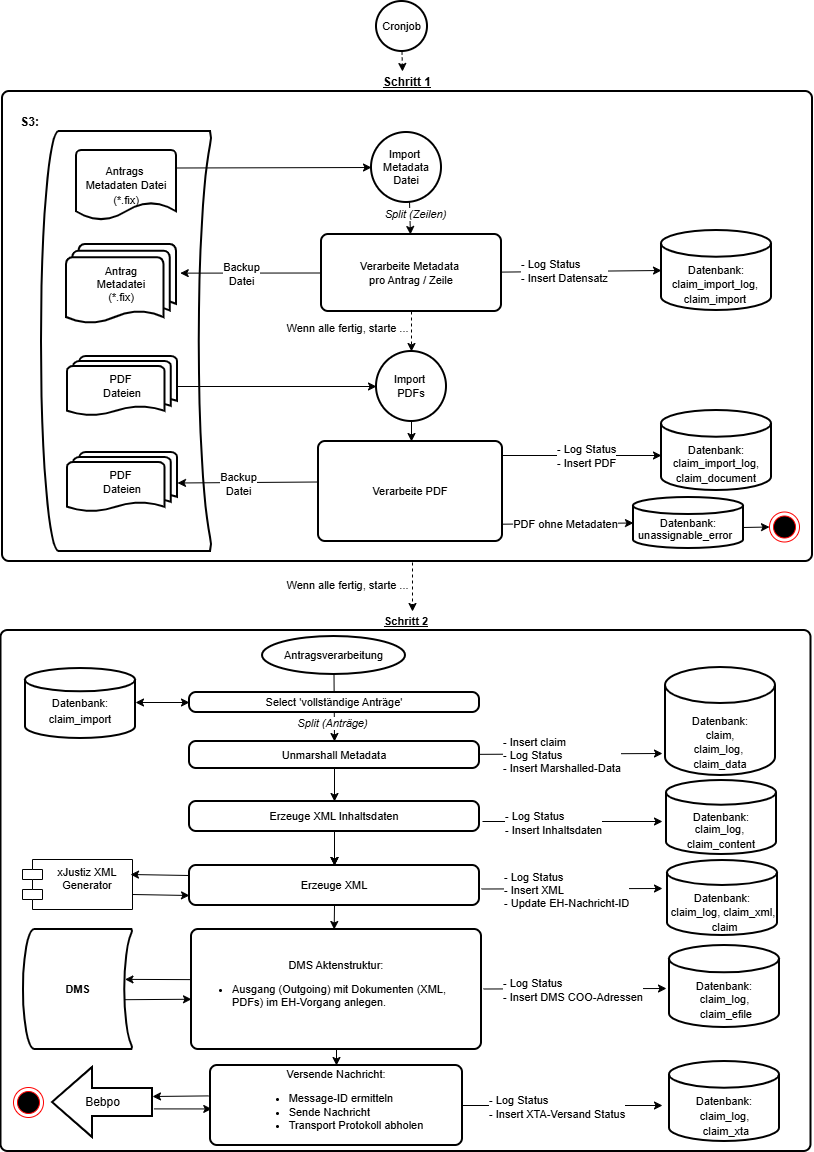
Before: docs/EAI_ABLAUF.drawio.png, a diagram exported from draw.io (it-at-m/Erzwingungshaft). Source tidied: cells renumbered, new cells last; positions are measured from the earlier drawing's top-left corner, leaving out a move shared by most shapes.
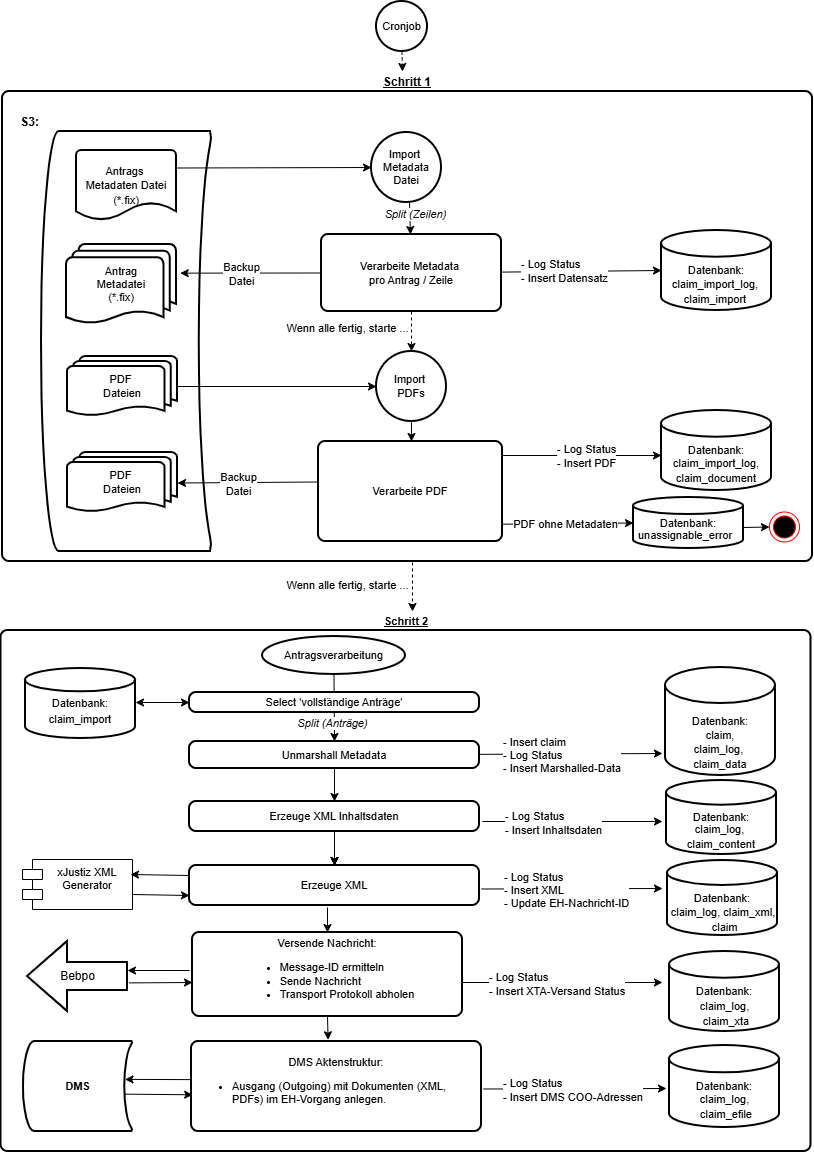
Later version of the same file.

Change to the diagram source:
```diff
@@ -108,7 +108,7 @@
       <mxGeometry x="262" y="635" width="143" height="38" as="geometry" />
     </mxCell>
     <mxCell id="30" value="&lt;b&gt;DMS&lt;/b&gt;" style="strokeWidth=2;html=1;shape=mxgraph.flowchart.stored_data;whiteSpace=wrap;labelPosition=center;verticalLabelPosition=middle;align=center;verticalAlign=middle;fontSize=11;" parent="1" vertex="1">
-      <mxGeometry x="23" y="928" width="109" height="120" as="geometry" />
+      <mxGeometry x="23" y="1040" width="109" height="90" as="geometry" />
     </mxCell>
     <mxCell id="31" value="Datenbank:" style="strokeWidth=2;html=1;shape=mxgraph.flowchart.database;whiteSpace=wrap;fontSize=11;" parent="1" vertex="1">
       <mxGeometry x="665" y="666" width="110" height="108" as="geometry" />
@@ -207,24 +207,21 @@
       </mxGeometry>
     </mxCell>
     <mxCell id="54" value="&lt;div&gt;&lt;span style=&quot;background-color: transparent; color: light-dark(rgb(0, 0, 0), rgb(255, 255, 255));&quot;&gt;DMS Aktenstruktur:&lt;/span&gt;&lt;/div&gt;&lt;ul&gt;&lt;li style=&quot;text-align: left;&quot;&gt;&lt;span style=&quot;background-color: transparent; color: light-dark(rgb(0, 0, 0), rgb(255, 255, 255));&quot;&gt;Ausgang (Outgoing) mit Dokumenten (XML, PDFs) im EH-Vorgang anlege&lt;/span&gt;n.&lt;/li&gt;&lt;/ul&gt;" style="rounded=1;whiteSpace=wrap;html=1;absoluteArcSize=1;arcSize=14;strokeWidth=2;align=center;fontSize=11;" parent="1" vertex="1">
-      <mxGeometry x="191" y="928" width="290" height="120" as="geometry" />
+      <mxGeometry x="191" y="1040" width="290" height="90" as="geometry" />
     </mxCell>
-    <mxCell id="55" style="endArrow=classic;html=1;rounded=0;exitX=0.5;exitY=1;exitDx=0;exitDy=0;entryX=0.492;entryY=0;entryDx=0;entryDy=0;entryPerimeter=0;" parent="1" edge="1" source="45" target="54">
-      <mxGeometry relative="1" as="geometry" />
-    </mxCell>
     <mxCell id="56" style="edgeStyle=orthogonalEdgeStyle;rounded=0;orthogonalLoop=1;jettySize=auto;html=1;exitX=0.5;exitY=1;exitDx=0;exitDy=0;exitPerimeter=0;" parent="1" edge="1">
       <mxGeometry relative="1" as="geometry">
-        <mxPoint x="101" y="1051" as="sourcePoint" />
-        <mxPoint x="101" y="1051" as="targetPoint" />
+        <mxPoint x="101" y="1050" as="sourcePoint" />
+        <mxPoint x="101" y="1050" as="targetPoint" />
       </mxGeometry>
     </mxCell>
     <mxCell id="57" value="Datenbank:" style="strokeWidth=2;html=1;shape=mxgraph.flowchart.database;whiteSpace=wrap;fontSize=11;" parent="1" vertex="1">
-      <mxGeometry x="669" y="944" width="110" height="82" as="geometry" />
+      <mxGeometry x="669" y="1044" width="110" height="82" as="geometry" />
     </mxCell>
     <mxCell id="58" style="endArrow=classic;html=1;rounded=0;entryX=0;entryY=0.5;entryDx=0;entryDy=0;entryPerimeter=0;" parent="1" edge="1">
       <mxGeometry relative="1" as="geometry">
-        <mxPoint x="483" y="987.5" as="sourcePoint" />
-        <mxPoint x="666" y="987" as="targetPoint" />
+        <mxPoint x="483" y="1087.5" as="sourcePoint" />
+        <mxPoint x="666" y="1087" as="targetPoint" />
       </mxGeometry>
     </mxCell>
     <mxCell id="59" value="- Log Status&lt;div&gt;- Insert DMS COO-Adressen&lt;/div&gt;" style="edgeLabel;html=1;align=left;verticalAlign=middle;" parent="58" vertex="1">
@@ -233,14 +230,15 @@
       </mxGeometry>
     </mxCell>
     <mxCell id="60" value="Datenbank:" style="strokeWidth=2;html=1;shape=mxgraph.flowchart.database;whiteSpace=wrap;fontSize=11;" parent="1" vertex="1">
-      <mxGeometry x="669" y="1060" width="110" height="80" as="geometry" />
+      <mxGeometry x="669" y="950" width="110" height="80" as="geometry" />
     </mxCell>
     <mxCell id="61" value="&lt;span style=&quot;background-color: transparent; color: light-dark(rgb(0, 0, 0), rgb(255, 255, 255));&quot;&gt;Versende Nachricht:&lt;/span&gt;&lt;br&gt;&lt;ul&gt;&lt;li style=&quot;text-align: left;&quot;&gt;Message-ID ermitteln&lt;/li&gt;&lt;li style=&quot;text-align: left;&quot;&gt;Sende Nachricht&lt;/li&gt;&lt;li style=&quot;text-align: left;&quot;&gt;Transport Protokoll abholen&lt;/li&gt;&lt;/ul&gt;" style="rounded=1;whiteSpace=wrap;html=1;absoluteArcSize=1;arcSize=14;strokeWidth=2;labelPosition=center;verticalLabelPosition=middle;align=center;verticalAlign=middle;fontSize=11;" parent="1" vertex="1">
-      <mxGeometry x="210" y="1064" width="252" height="80" as="geometry" />
+      <mxGeometry x="192" y="931" width="270" height="84" as="geometry" />
     </mxCell>
-    <mxCell id="62" style="endArrow=classic;html=1;rounded=0;exitX=1;exitY=0.5;exitDx=0;exitDy=0;" parent="1" edge="1" source="61">
+    <mxCell id="62" style="endArrow=classic;html=1;rounded=0;exitX=1;exitY=0.5;exitDx=0;exitDy=0;" parent="1" edge="1">
       <mxGeometry relative="1" as="geometry">
-        <mxPoint x="662" y="1104" as="targetPoint" />
+        <mxPoint x="462" y="981" as="sourcePoint" />
+        <mxPoint x="662" y="981" as="targetPoint" />
       </mxGeometry>
     </mxCell>
     <mxCell id="63" value="- Log Status&lt;div&gt;- Insert XTA-Versand Status&lt;/div&gt;" style="edgeLabel;html=1;align=left;verticalAlign=middle;" parent="62" vertex="1">
@@ -248,9 +246,6 @@
         <mxPoint x="-57" y="1" as="offset" />
       </mxGeometry>
     </mxCell>
-    <mxCell id="64" style="endArrow=classic;html=1;rounded=0;exitX=0.5;exitY=1;exitDx=0;exitDy=0;entryX=0.5;entryY=0;entryDx=0;entryDy=0;" parent="1" edge="1" source="54" target="61">
-      <mxGeometry relative="1" as="geometry" />
-    </mxCell>
     <mxCell id="65" value="Select 'vollständige Anträge'" style="rounded=1;whiteSpace=wrap;html=1;absoluteArcSize=1;arcSize=14;strokeWidth=2;fontSize=11;" parent="1" vertex="1">
       <mxGeometry x="189" y="691" width="290" height="20" as="geometry" />
     </mxCell>
@@ -281,14 +276,11 @@
       <mxGeometry x="666" y="820" width="110" height="29" as="geometry" />
     </mxCell>
     <mxCell id="74" value="&lt;div&gt;&lt;span style=&quot;color: light-dark(rgb(0, 0, 0), rgb(255, 255, 255)); font-size: 11px; background-color: transparent;&quot;&gt;claim_log,&amp;nbsp;&lt;/span&gt;&lt;/div&gt;&lt;div&gt;&lt;span style=&quot;font-size: 11px;&quot;&gt;claim_efile&lt;/span&gt;&lt;/div&gt;" style="text;html=1;whiteSpace=wrap;strokeColor=none;fillColor=none;align=center;verticalAlign=middle;rounded=0;" parent="1" vertex="1">
-      <mxGeometry x="671" y="990" width="110" height="29" as="geometry" />
+      <mxGeometry x="671" y="1090" width="110" height="29" as="geometry" />
     </mxCell>
     <mxCell id="75" value="&lt;div&gt;&lt;span style=&quot;color: light-dark(rgb(0, 0, 0), rgb(255, 255, 255)); font-size: 11px; background-color: transparent;&quot;&gt;claim_log,&amp;nbsp;&lt;/span&gt;&lt;/div&gt;&lt;div&gt;&lt;span style=&quot;font-size: 11px;&quot;&gt;claim_xta&lt;/span&gt;&lt;/div&gt;" style="text;html=1;whiteSpace=wrap;strokeColor=none;fillColor=none;align=center;verticalAlign=middle;rounded=0;" parent="1" vertex="1">
-      <mxGeometry x="671" y="1107" width="110" height="29" as="geometry" />
+      <mxGeometry x="671" y="997" width="110" height="29" as="geometry" />
     </mxCell>
-    <mxCell id="76" style="ellipse;html=1;shape=endState;fillColor=#000000;strokeColor=#ff0000;" parent="1" vertex="1">
-      <mxGeometry x="13" y="1086" width="30" height="30" as="geometry" />
-    </mxCell>
     <mxCell id="77" value="PDF&amp;nbsp;&lt;div&gt;Dateien&lt;/div&gt;" style="strokeWidth=2;html=1;shape=mxgraph.flowchart.multi-document;whiteSpace=wrap;fontSize=11;" parent="1" vertex="1">
       <mxGeometry x="67" y="451" width="110" height="60" as="geometry" />
     </mxCell>
@@ -305,27 +297,26 @@
     </mxCell>
     <mxCell id="80" style="endArrow=classic;html=1;rounded=0;entryX=0.931;entryY=0.424;entryDx=0;entryDy=0;entryPerimeter=0;exitX=-0.005;exitY=0.426;exitDx=0;exitDy=0;exitPerimeter=0;" parent="1" edge="1">
       <mxGeometry relative="1" as="geometry">
-        <mxPoint x="189.5" y="978.1" as="sourcePoint" />
-        <mxPoint x="124.5" y="977.9" as="targetPoint" />
+        <mxPoint x="189.5" y="1078.1" as="sourcePoint" />
+        <mxPoint x="124.5" y="1077.9" as="targetPoint" />
       </mxGeometry>
     </mxCell>
-    <mxCell id="81" style="endArrow=classic;html=1;rounded=0;entryX=0;entryY=0.75;entryDx=0;entryDy=0;exitX=0.927;exitY=0.585;exitDx=0;exitDy=0;exitPerimeter=0;" parent="1" edge="1" source="30">
-      <mxGeometry relative="1" as="geometry">
-        <mxPoint x="191" y="997.8" as="targetPoint" />
-      </mxGeometry>
+    <mxCell id="81" style="endArrow=classic;html=1;rounded=0;entryX=0.004;entryY=0.592;entryDx=0;entryDy=0;exitX=0.927;exitY=0.585;exitDx=0;exitDy=0;exitPerimeter=0;entryPerimeter=0;" parent="1" edge="1" source="30" target="54">
+      <mxGeometry relative="1" as="geometry" />
     </mxCell>
-    <mxCell id="82" style="endArrow=classic;html=1;rounded=0;entryX=0;entryY=0;entryDx=0;entryDy=49;entryPerimeter=0;exitX=-0.007;exitY=0.38;exitDx=0;exitDy=0;exitPerimeter=0;" parent="1" edge="1" source="61">
+    <mxCell id="82" style="endArrow=classic;html=1;rounded=0;entryX=0;entryY=0;entryDx=0;entryDy=49;entryPerimeter=0;" parent="1" edge="1">
       <mxGeometry relative="1" as="geometry">
-        <mxPoint x="152" y="1095" as="targetPoint" />
+        <mxPoint x="189" y="969" as="sourcePoint" />
+        <mxPoint x="127" y="969" as="targetPoint" />
       </mxGeometry>
     </mxCell>
     <mxCell id="83" value="Bebpo" style="verticalLabelPosition=middle;verticalAlign=middle;html=1;strokeWidth=2;shape=mxgraph.arrows2.arrow;dy=0.6;dx=40;notch=0;direction=west;labelPosition=center;align=center;" parent="1" vertex="1">
-      <mxGeometry x="52" y="1066" width="100" height="70" as="geometry" />
+      <mxGeometry x="27" y="940" width="100" height="70" as="geometry" />
     </mxCell>
-    <mxCell id="84" style="endArrow=classic;html=1;rounded=0;exitX=-0.014;exitY=0.38;exitDx=0;exitDy=0;exitPerimeter=0;entryX=0.005;entryY=0.568;entryDx=0;entryDy=0;entryPerimeter=0;" parent="1" edge="1">
+    <mxCell id="84" style="endArrow=classic;html=1;rounded=0;exitX=-0.014;exitY=0.38;exitDx=0;exitDy=0;exitPerimeter=0;" parent="1" edge="1">
       <mxGeometry relative="1" as="geometry">
-        <mxPoint x="153.4" y="1107.4" as="sourcePoint" />
-        <mxPoint x="211.3" y="1107.4" as="targetPoint" />
+        <mxPoint x="128.4" y="981.4" as="sourcePoint" />
+        <mxPoint x="192" y="981" as="targetPoint" />
       </mxGeometry>
     </mxCell>
     <mxCell id="85" value="Datenbank:" style="strokeWidth=2;html=1;shape=mxgraph.flowchart.database;whiteSpace=wrap;fontSize=11;" parent="1" vertex="1">
@@ -348,5 +339,13 @@
     <mxCell id="90" style="ellipse;html=1;shape=endState;fillColor=#000000;strokeColor=#ff0000;" parent="1" vertex="1">
       <mxGeometry x="769" y="510.5" width="30" height="30" as="geometry" />
     </mxCell>
+    <mxCell id="91" style="endArrow=classic;html=1;rounded=0;entryX=0.5;entryY=0;entryDx=0;entryDy=0;" parent="1" edge="1" target="61">
+      <mxGeometry relative="1" as="geometry">
+        <mxPoint x="327" y="906" as="sourcePoint" />
+      </mxGeometry>
+    </mxCell>
+    <mxCell id="92" style="endArrow=classic;html=1;rounded=0;exitX=0.5;exitY=1;exitDx=0;exitDy=0;entryX=0.471;entryY=-0.019;entryDx=0;entryDy=0;entryPerimeter=0;" parent="1" edge="1" source="61" target="54">
+      <mxGeometry relative="1" as="geometry" />
+    </mxCell>
   </root>
 </mxGraphModel>
```
